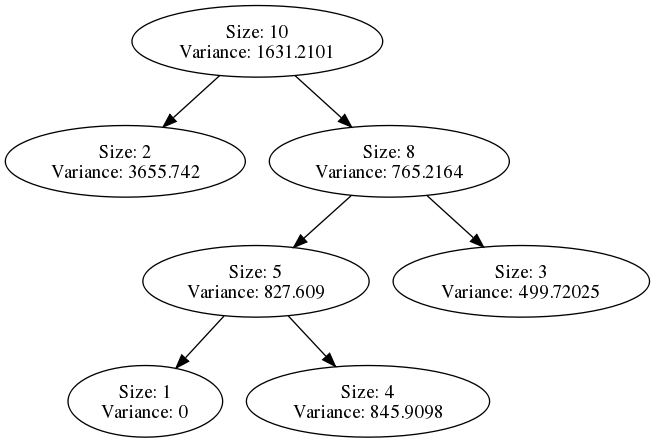
Above: src/dot/DESHARNAIS-L3.dot.png in abutcher/compass (Graphviz), before the change. Its source is kept beside it as src/dot/DESHARNAIS-L3.dot. Its diagram source:
```dot
DIGRAPH G {
"Size: 10\nVariance: 1631.2101" -> "Size: 2\nVariance: 3655.742" L=0;
"Size: 10\nVariance: 1631.2101" -> "Size: 8\nVariance: 765.2164" L=0;
"Size: 8\nVariance: 765.2164" -> "Size: 5\nVariance: 827.609" L=1;
"Size: 8\nVariance: 765.2164" -> "Size: 3\nVariance: 499.72025" L=1;
"Size: 5\nVariance: 827.609" -> "Size: 1\nVariance: 0" L=2;
"Size: 5\nVariance: 827.609" -> "Size: 4\nVariance: 845.9098" L=2;
}
```
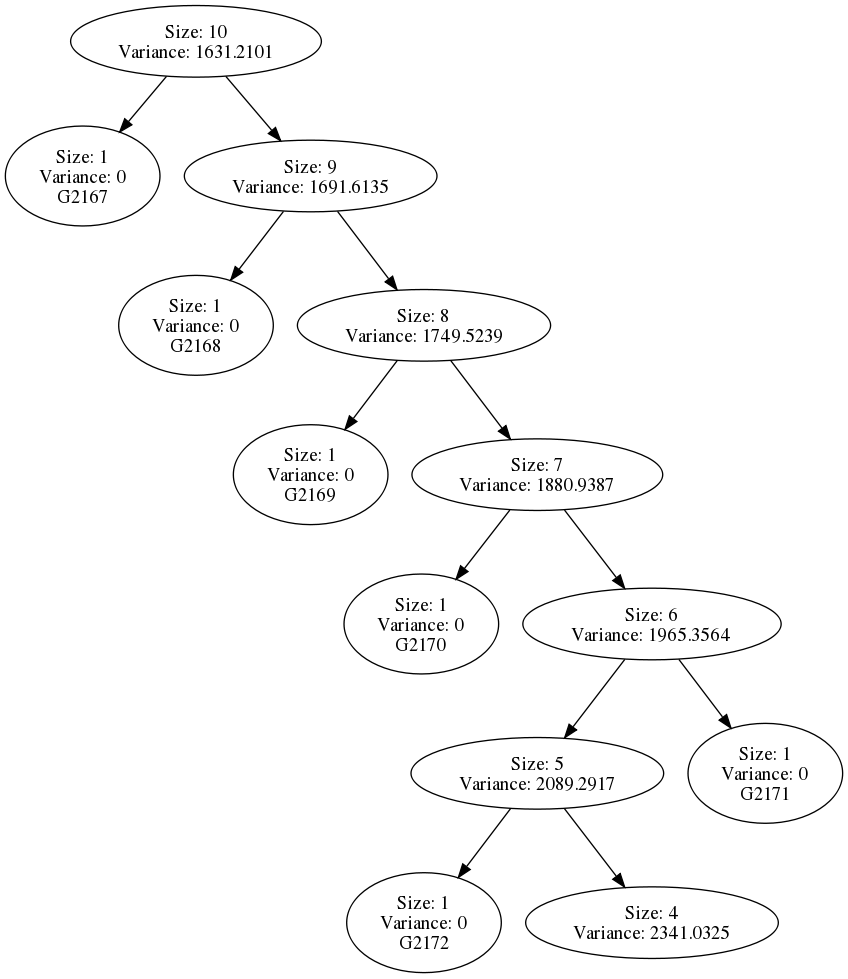
Later version of the same file.

Diff of the diagram source:
```diff
@@ -1,8 +1,14 @@
 DIGRAPH G {
-"Size: 10\nVariance: 1631.2101" -> "Size: 2\nVariance: 3655.742" L=0;
-"Size: 10\nVariance: 1631.2101" -> "Size: 8\nVariance: 765.2164" L=0;
-"Size: 8\nVariance: 765.2164" -> "Size: 5\nVariance: 827.609" L=1;
-"Size: 8\nVariance: 765.2164" -> "Size: 3\nVariance: 499.72025" L=1;
-"Size: 5\nVariance: 827.609" -> "Size: 1\nVariance: 0" L=2;
-"Size: 5\nVariance: 827.609" -> "Size: 4\nVariance: 845.9098" L=2;
+"Size: 10\nVariance: 1631.2101" -> "Size: 1\nVariance: 0\nG2167" L=0;
+"Size: 10\nVariance: 1631.2101" -> "Size: 9\nVariance: 1691.6135" L=0;
+"Size: 9\nVariance: 1691.6135" -> "Size: 1\nVariance: 0\nG2168" L=1;
+"Size: 9\nVariance: 1691.6135" -> "Size: 8\nVariance: 1749.5239" L=1;
+"Size: 8\nVariance: 1749.5239" -> "Size: 1\nVariance: 0\nG2169" L=2;
+"Size: 8\nVariance: 1749.5239" -> "Size: 7\nVariance: 1880.9387" L=2;
+"Size: 7\nVariance: 1880.9387" -> "Size: 1\nVariance: 0\nG2170" L=3;
+"Size: 7\nVariance: 1880.9387" -> "Size: 6\nVariance: 1965.3564" L=3;
+"Size: 6\nVariance: 1965.3564" -> "Size: 5\nVariance: 2089.2917" L=4;
+"Size: 6\nVariance: 1965.3564" -> "Size: 1\nVariance: 0\nG2171" L=4;
+"Size: 5\nVariance: 2089.2917" -> "Size: 1\nVariance: 0\nG2172" L=5;
+"Size: 5\nVariance: 2089.2917" -> "Size: 4\nVariance: 2341.0325" L=5;
 }
```
